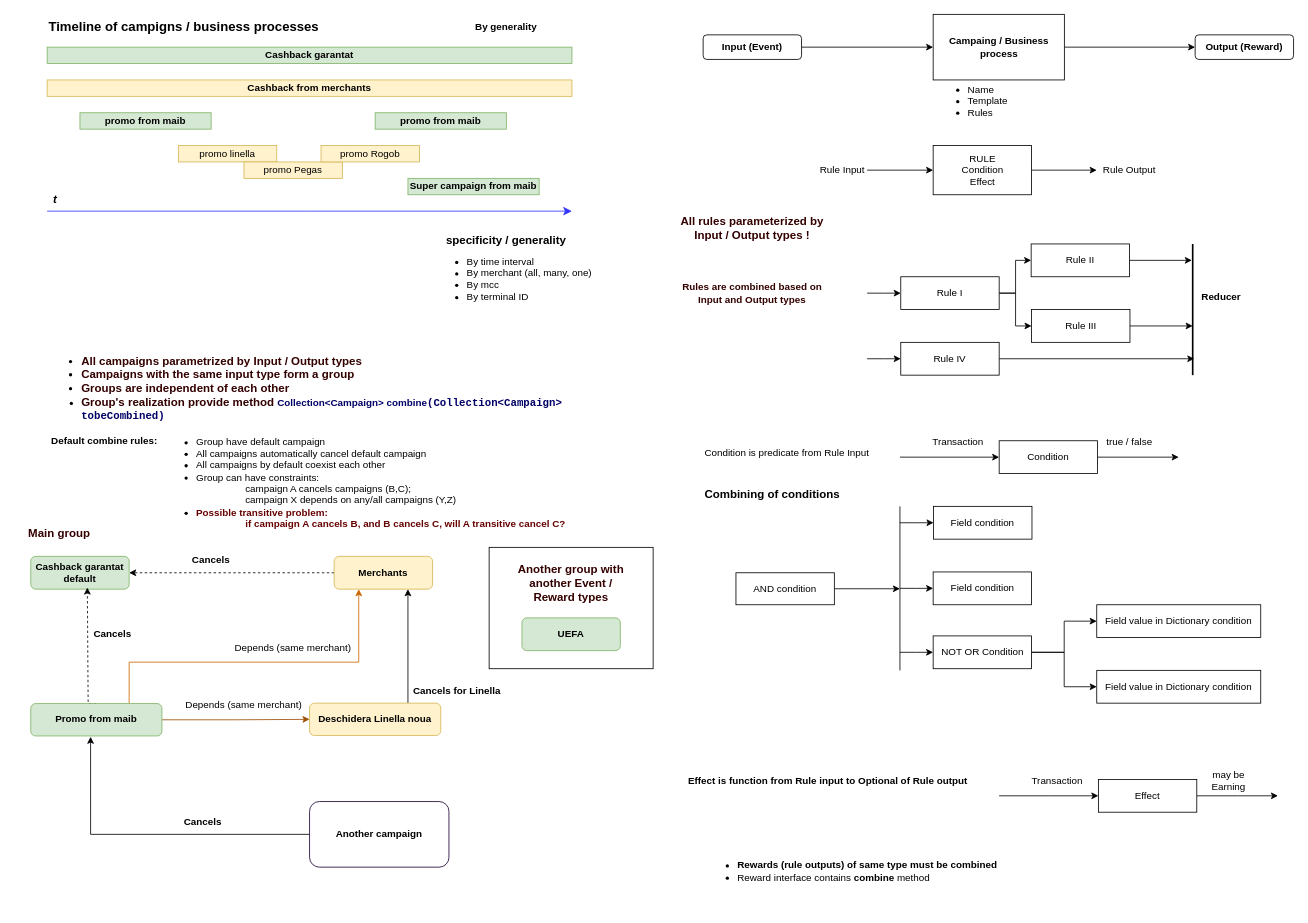
Earlier version of the draw.io diagram Диаграмма без названия.drawio (DemiusAcademius/diagrams). Source tidied: cells renumbered, new cells numbered last; positions are measured from the earlier drawing's top-left corner, leaving out a move shared by most shapes. Both pictures are drawn from the tidied source at 82%, with x=0, y=0 at pixel (14, 14).
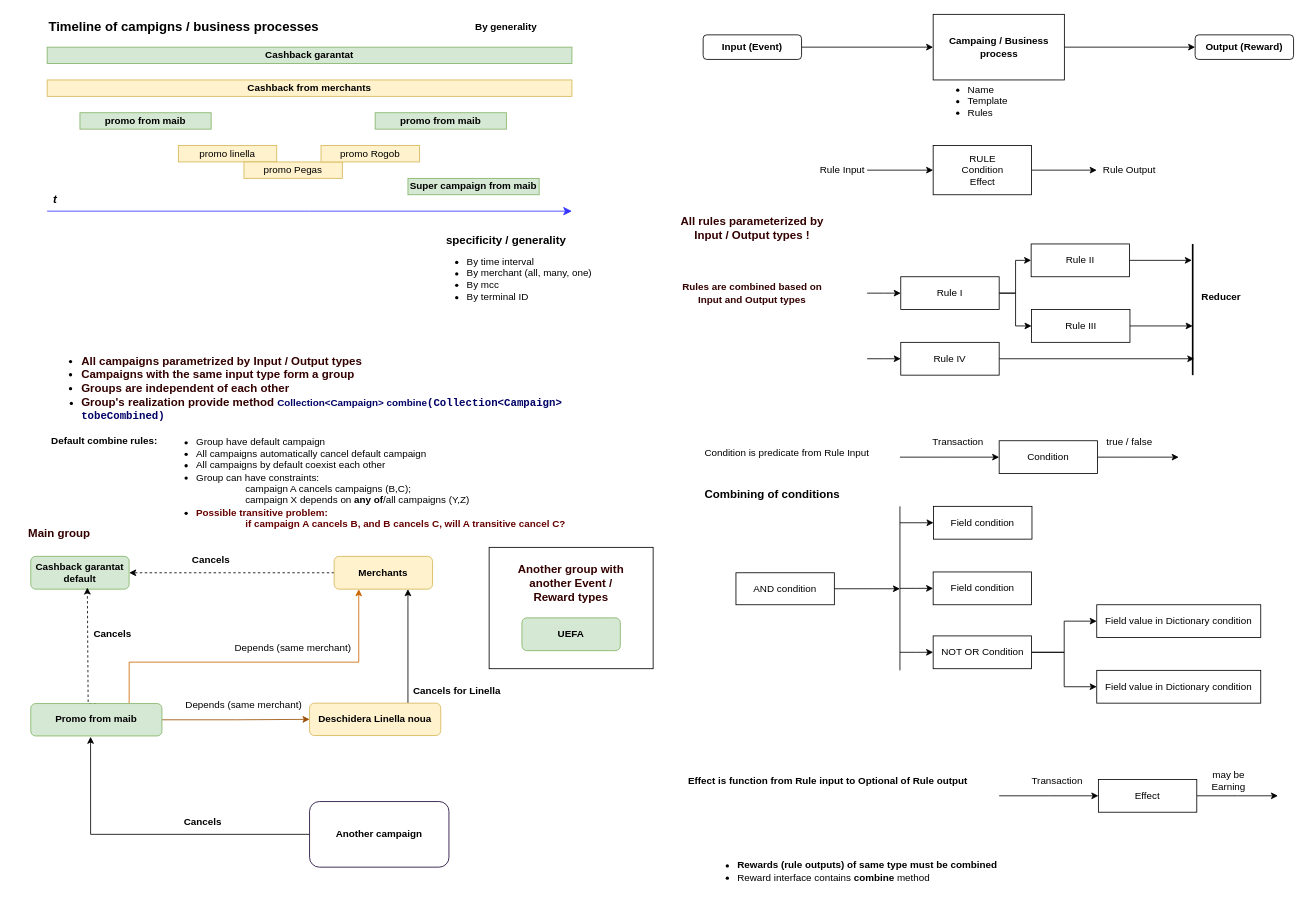
The same page after the edit.

Change to the diagram source:
```diff
@@
-    <mxCell id="62" value="&lt;ul&gt;&lt;li&gt;Group have default campaign&lt;/li&gt;&lt;li&gt;All campaigns automatically cancel default campaign&lt;/li&gt;&lt;li&gt;All campaigns by default coexist each other&lt;/li&gt;&lt;li&gt;Group can have constraints: &lt;br&gt;&amp;nbsp; &amp;nbsp; &amp;nbsp; &amp;nbsp; &amp;nbsp; &amp;nbsp; &amp;nbsp; &amp;nbsp; &amp;nbsp; campaign A cancels campaigns (B,C);&lt;br&gt;&amp;nbsp; &amp;nbsp; &amp;nbsp; &amp;nbsp; &amp;nbsp; &amp;nbsp; &amp;nbsp; &amp;nbsp; &amp;nbsp; campaign X depends on any/all campaigns (Y,Z)&lt;/li&gt;&lt;li&gt;&lt;b&gt;&lt;font color=&quot;#660000&quot;&gt;Possible transitive problem: &lt;br&gt;&amp;nbsp; &amp;nbsp; &amp;nbsp; &amp;nbsp; &amp;nbsp; &amp;nbsp; &amp;nbsp; &amp;nbsp; &amp;nbsp; if campaign A cancels B, and B cancels C, will A transitive cancel C?&lt;/font&gt;&lt;/b&gt;&lt;/li&gt;&lt;/ul&gt;" style="text;strokeColor=none;fillColor=none;html=1;whiteSpace=wrap;verticalAlign=middle;overflow=hidden;" parent="1" vertex="1">
+    <mxCell id="62" value="&lt;ul&gt;&lt;li&gt;Group have default campaign&lt;/li&gt;&lt;li&gt;All campaigns automatically cancel default campaign&lt;/li&gt;&lt;li&gt;All campaigns by default coexist each other&lt;/li&gt;&lt;li&gt;Group can have constraints: &lt;br&gt;&amp;nbsp; &amp;nbsp; &amp;nbsp; &amp;nbsp; &amp;nbsp; &amp;nbsp; &amp;nbsp; &amp;nbsp; &amp;nbsp; campaign A cancels campaigns (B,C);&lt;br&gt;&amp;nbsp; &amp;nbsp; &amp;nbsp; &amp;nbsp; &amp;nbsp; &amp;nbsp; &amp;nbsp; &amp;nbsp; &amp;nbsp; campaign X depends on &lt;b&gt;any of&lt;/b&gt;/all campaigns (Y,Z)&lt;/li&gt;&lt;li&gt;&lt;b&gt;&lt;font color=&quot;#660000&quot;&gt;Possible transitive problem: &lt;br&gt;&amp;nbsp; &amp;nbsp; &amp;nbsp; &amp;nbsp; &amp;nbsp; &amp;nbsp; &amp;nbsp; &amp;nbsp; &amp;nbsp; if campaign A cancels B, and B cancels C, will A transitive cancel C?&lt;/font&gt;&lt;/b&gt;&lt;/li&gt;&lt;/ul&gt;" style="text;strokeColor=none;fillColor=none;html=1;whiteSpace=wrap;verticalAlign=middle;overflow=hidden;" parent="1" vertex="1">
       <mxGeometry x="180" y="500" width="570" height="130" as="geometry" />
     </mxCell>
```
